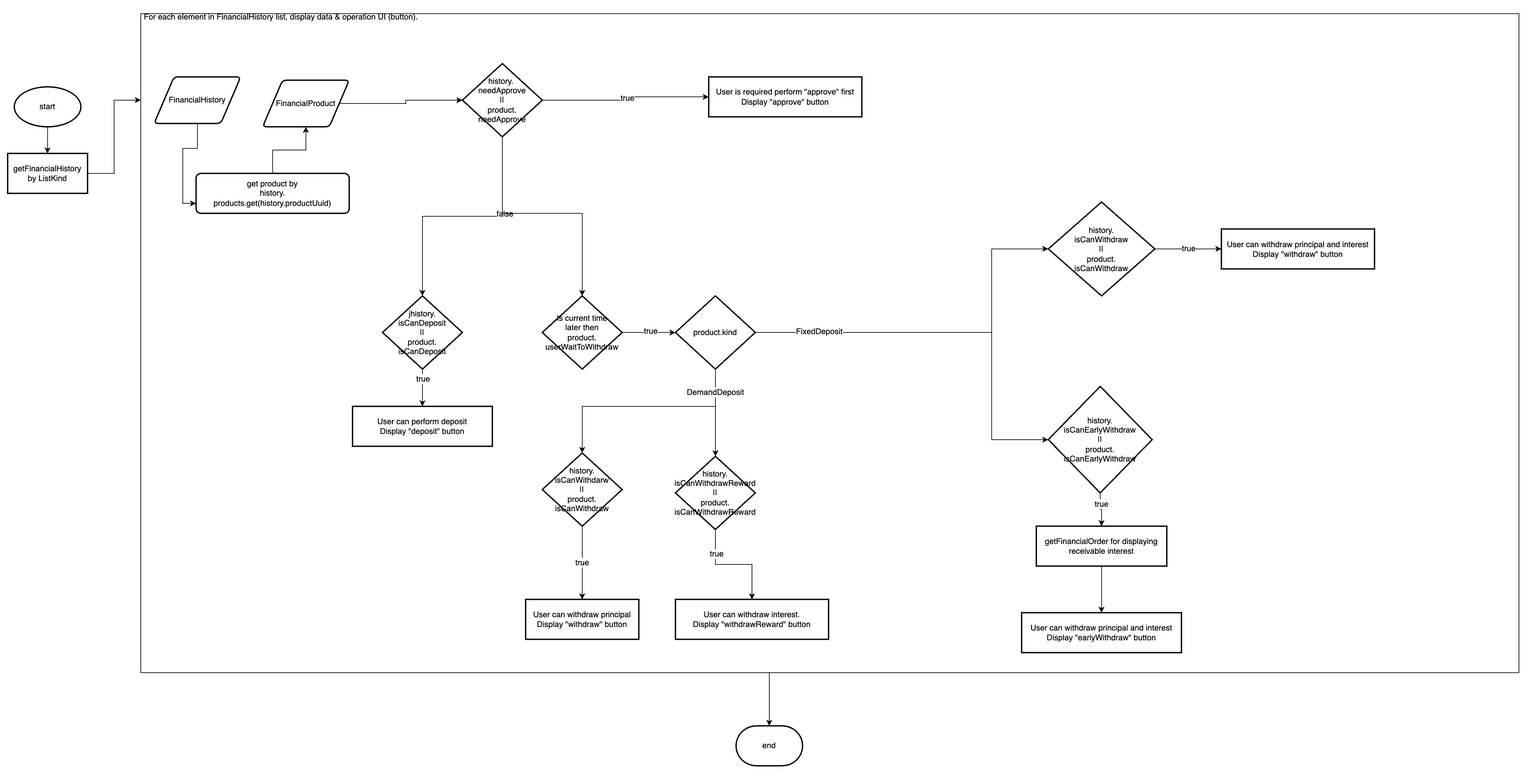
Earlier version of the draw.io export docs/images/sdk_guideline/financial_history_flow.png (CYBAVO/android_wallet_sdk_sample). Source tidied: cells renumbered, new cells last; positions are measured from the earlier drawing's top-left corner, leaving out a move shared by most shapes.
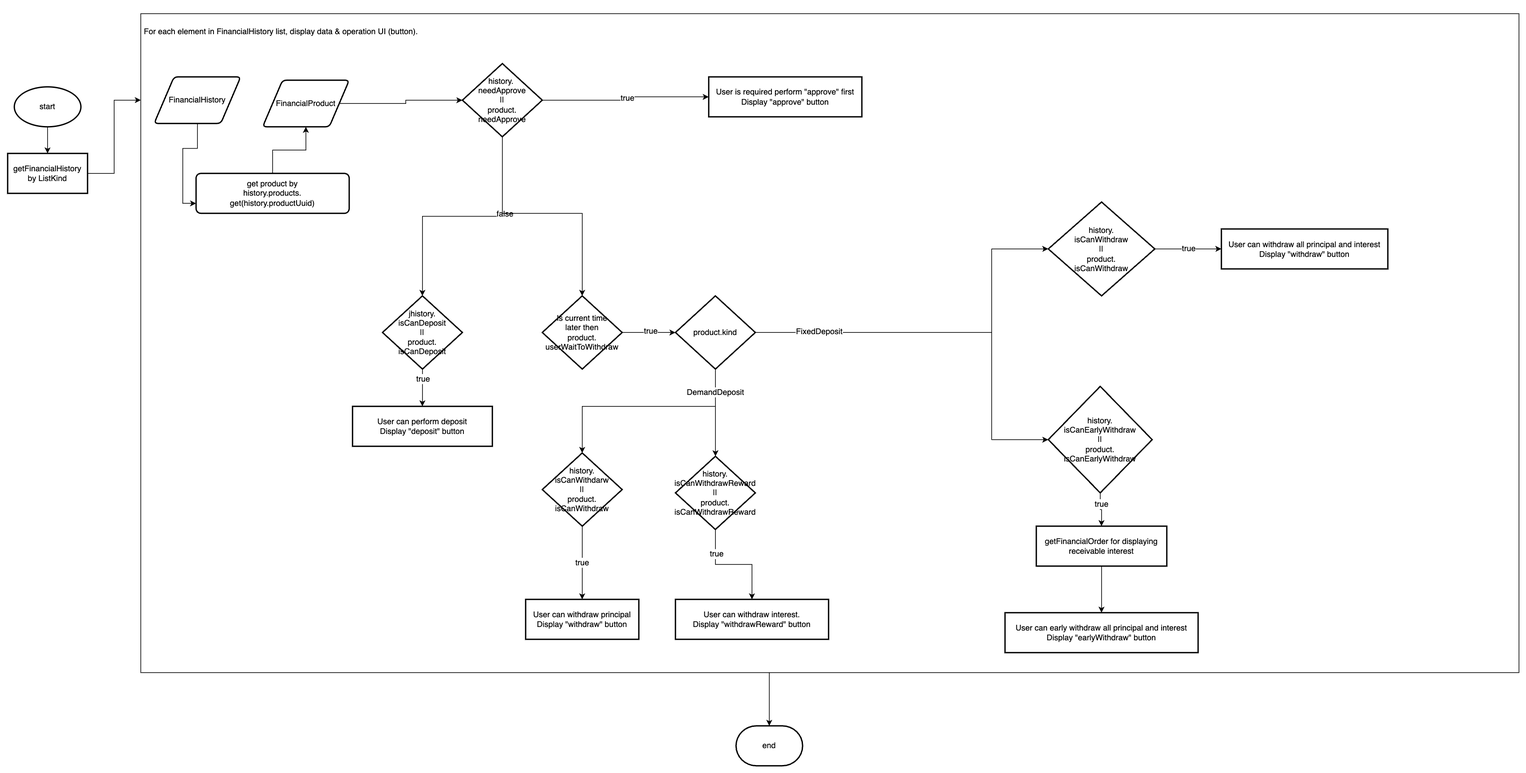
After the change.

Commit message:
update flow chart / add bonus flow chart

What changed in the source:
```diff
@@ -10,7 +10,7 @@
         </Array>
       </mxGeometry>
     </mxCell>
-    <mxCell id="3" value="&lt;h1 style=&quot;font-size: 12px;&quot;&gt;&lt;span style=&quot;background-color: initial; font-size: 12px; font-weight: normal;&quot;&gt;For each element in FinancialHistory list, display data &amp;amp; operation UI (button).&lt;/span&gt;&lt;br style=&quot;font-size: 12px;&quot;&gt;&lt;/h1&gt;" style="text;html=1;strokeColor=default;fillColor=none;spacing=5;spacingTop=-20;whiteSpace=wrap;overflow=hidden;rounded=0;shadow=0;fontSize=12;" parent="1" vertex="1">
+    <mxCell id="3" value="&lt;h1 style=&quot;font-size: 12px;&quot;&gt;&lt;span style=&quot;background-color: initial; font-size: 12px; font-weight: normal;&quot;&gt;&lt;br&gt;&lt;/span&gt;&lt;/h1&gt;&lt;h1 style=&quot;font-size: 12px;&quot;&gt;&lt;span style=&quot;background-color: initial; font-size: 12px; font-weight: normal;&quot;&gt;For each element in FinancialHistory list, display data &amp;amp; operation UI (button).&lt;/span&gt;&lt;br style=&quot;font-size: 12px;&quot;&gt;&lt;/h1&gt;" style="text;html=1;strokeColor=default;fillColor=none;spacing=5;spacingTop=-20;whiteSpace=wrap;overflow=hidden;rounded=0;shadow=0;fontSize=12;" parent="1" vertex="1">
       <mxGeometry x="200" width="2070" height="990" as="geometry" />
     </mxCell>
     <mxCell id="4" style="edgeStyle=orthogonalEdgeStyle;rounded=0;jettySize=auto;html=1;fontSize=12;" parent="1" edge="1" source="5" target="7">
@@ -159,8 +159,8 @@
     <mxCell id="44" value="history.&lt;br style=&quot;font-size: 12px;&quot;&gt;isCanEarlyWithdraw&lt;br style=&quot;font-size: 12px;&quot;&gt;||&lt;br style=&quot;font-size: 12px;&quot;&gt;product.&lt;br style=&quot;font-size: 12px;&quot;&gt;isCanEarlyWithdraw" style="rhombus;whiteSpace=wrap;html=1;fillColor=none;strokeWidth=2;shadow=0;fontSize=12;" parent="1" vertex="1">
       <mxGeometry x="1563" y="560" width="156" height="160" as="geometry" />
     </mxCell>
-    <mxCell id="45" value="User can withdraw principal&amp;nbsp;and interest&lt;br style=&quot;font-size: 12px;&quot;&gt;Display &quot;withdraw&quot; button" style="whiteSpace=wrap;html=1;fillColor=none;strokeWidth=2;shadow=0;fontSize=12;" parent="1" vertex="1">
-      <mxGeometry x="1823" y="323.5" width="230" height="60" as="geometry" />
+    <mxCell id="45" value="User can withdraw all principal&amp;nbsp;and interest&lt;br style=&quot;font-size: 12px;&quot;&gt;Display &quot;withdraw&quot; button" style="whiteSpace=wrap;html=1;fillColor=none;strokeWidth=2;shadow=0;fontSize=12;" parent="1" vertex="1">
+      <mxGeometry x="1823" y="323.5" width="250" height="60" as="geometry" />
     </mxCell>
     <mxCell id="46" style="edgeStyle=orthogonalEdgeStyle;rounded=0;jettySize=auto;html=1;fontSize=12;" parent="1" edge="1" source="47" target="48">
       <mxGeometry relative="1" as="geometry" />
@@ -168,8 +168,8 @@
     <mxCell id="47" value="getFinancialOrder for displaying receivable interest" style="whiteSpace=wrap;html=1;fillColor=none;strokeWidth=2;shadow=0;fontSize=12;" parent="1" vertex="1">
       <mxGeometry x="1545" y="770" width="196" height="60" as="geometry" />
     </mxCell>
-    <mxCell id="48" value="User can withdraw principal and interest&lt;br style=&quot;font-size: 12px;&quot;&gt;Display &quot;earlyWithdraw&quot; button" style="whiteSpace=wrap;html=1;fillColor=none;strokeWidth=2;shadow=0;fontSize=12;" parent="1" vertex="1">
-      <mxGeometry x="1523" y="900" width="240" height="60" as="geometry" />
+    <mxCell id="48" value="User can early withdraw all principal and interest&lt;br style=&quot;font-size: 12px;&quot;&gt;Display &quot;earlyWithdraw&quot; button" style="whiteSpace=wrap;html=1;fillColor=none;strokeWidth=2;shadow=0;fontSize=12;" parent="1" vertex="1">
+      <mxGeometry x="1498" y="900" width="290" height="60" as="geometry" />
     </mxCell>
     <mxCell id="49" value="end" style="strokeWidth=2;html=1;shape=mxgraph.flowchart.terminator;whiteSpace=wrap;shadow=0;strokeColor=default;fillColor=none;fontSize=12;" parent="1" vertex="1">
       <mxGeometry x="1094" y="1070" width="100" height="60" as="geometry" />
@@ -183,7 +183,7 @@
     <mxCell id="52" style="edgeStyle=orthogonalEdgeStyle;rounded=0;jettySize=auto;html=1;fontSize=12;" parent="1" edge="1" source="53" target="16">
       <mxGeometry relative="1" as="geometry" />
     </mxCell>
-    <mxCell id="53" value="get product by&lt;br style=&quot;font-size: 12px;&quot;&gt;history.&lt;br style=&quot;font-size: 12px;&quot;&gt;products.get(history.productUuid)" style="whiteSpace=wrap;html=1;fillColor=none;strokeWidth=2;rounded=1;arcSize=12;shadow=0;fontSize=12;" parent="1" vertex="1">
+    <mxCell id="53" value="get product by&lt;br style=&quot;font-size: 12px;&quot;&gt;history.products.&lt;br&gt;get(history.productUuid)" style="whiteSpace=wrap;html=1;fillColor=none;strokeWidth=2;rounded=1;arcSize=12;shadow=0;fontSize=12;" parent="1" vertex="1">
       <mxGeometry x="283" y="240" width="230" height="60" as="geometry" />
     </mxCell>
   </root>
```
